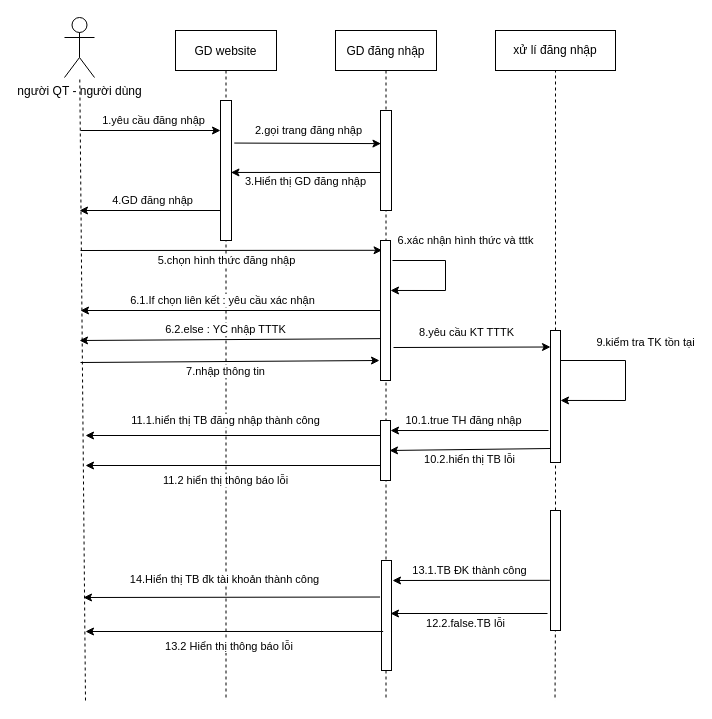
Before: page "đăng nhập" (1 of 8) of sequnece.drawio in trucka312/diagram, a draw.io diagram. Source tidied: cells renumbered, new cells numbered last; positions are measured from the earlier drawing's top-left corner, leaving out a move shared by most shapes. Both pictures are drawn from the tidied source at 100%, with x=0, y=0 at pixel (64, 17).
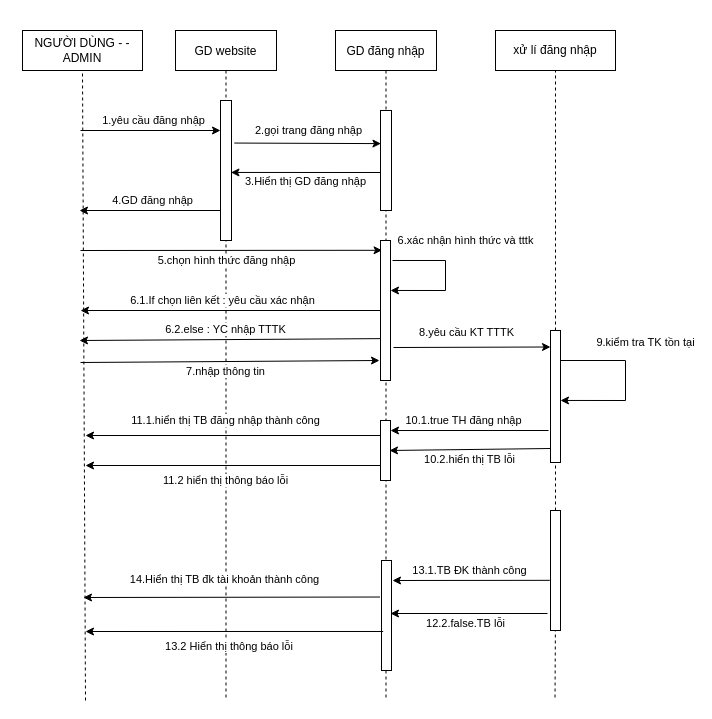
After the change.

What changed in the source:
```diff
@@
-    <mxCell id="10" value="người QT - người dùng" style="shape=umlActor;verticalLabelPosition=bottom;verticalAlign=top;html=1;outlineConnect=0;" parent="1" vertex="1">
-      <mxGeometry width="30" height="60" as="geometry" />
-    </mxCell>
@@
-    <mxCell id="16" style="endArrow=none;dashed=1;html=1;rounded=0;" parent="1" edge="1" target="10">
+    <mxCell id="16" style="endArrow=none;dashed=1;html=1;rounded=0;entryX=0.5;entryY=1;entryDx=0;entryDy=0;" parent="1" edge="1" target="36">
       <mxGeometry relative="1" as="geometry">
         <mxPoint x="21" y="683" as="sourcePoint" />
       </mxGeometry>
     </mxCell>
@@
+    <mxCell id="36" value="NGƯỜI DÙNG - - ADMIN" style="rounded=0;whiteSpace=wrap;html=1;" parent="1" vertex="1">
+      <mxGeometry x="-42" y="13" width="120" height="40" as="geometry" />
+    </mxCell>
```
